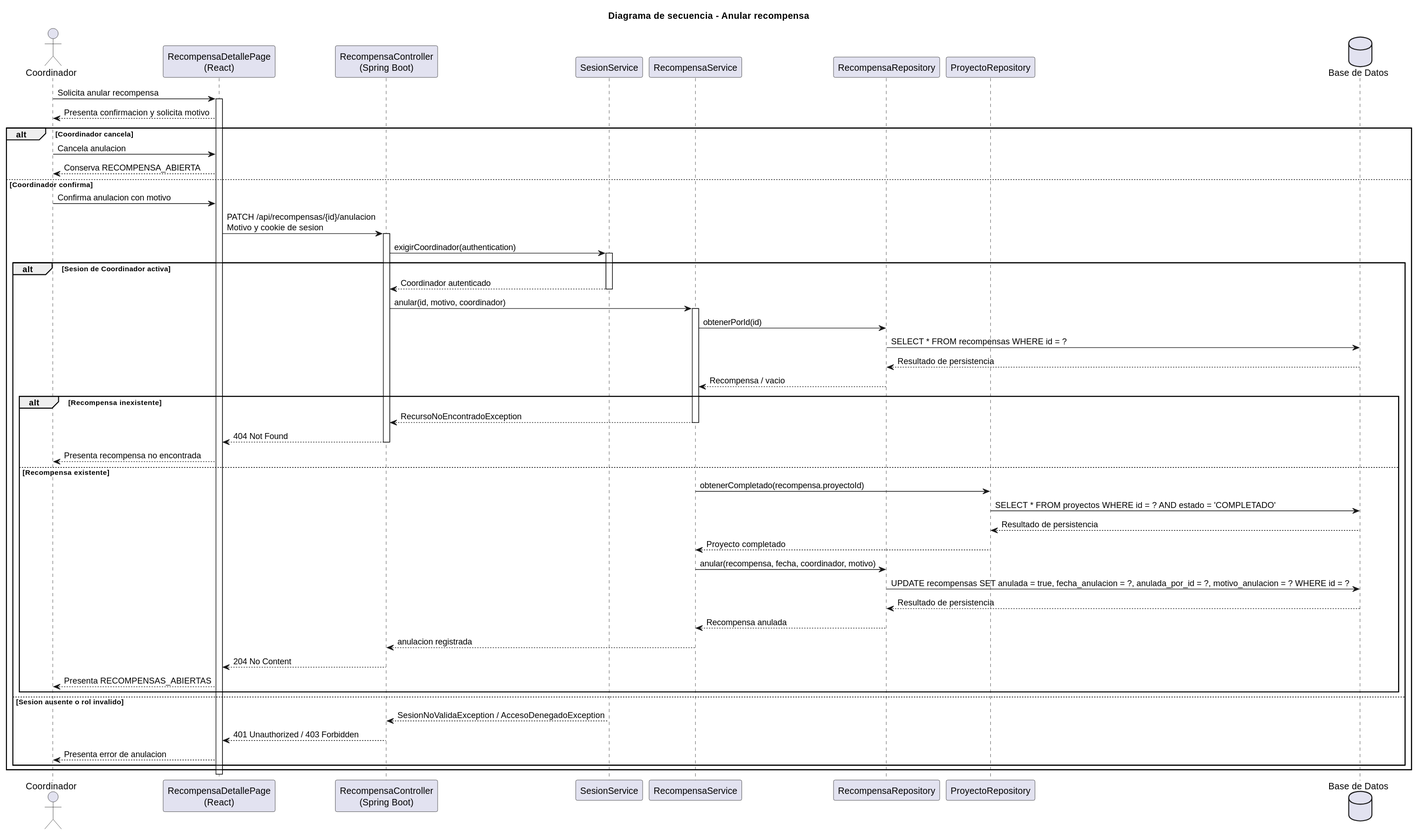
Above: images/RUP/02-diseño/casos-uso/coordinador/eliminarRecompensa/secuencia.svg in beatriizorozco/25-26-idsw2-sdVC (PlantUML), before the change.
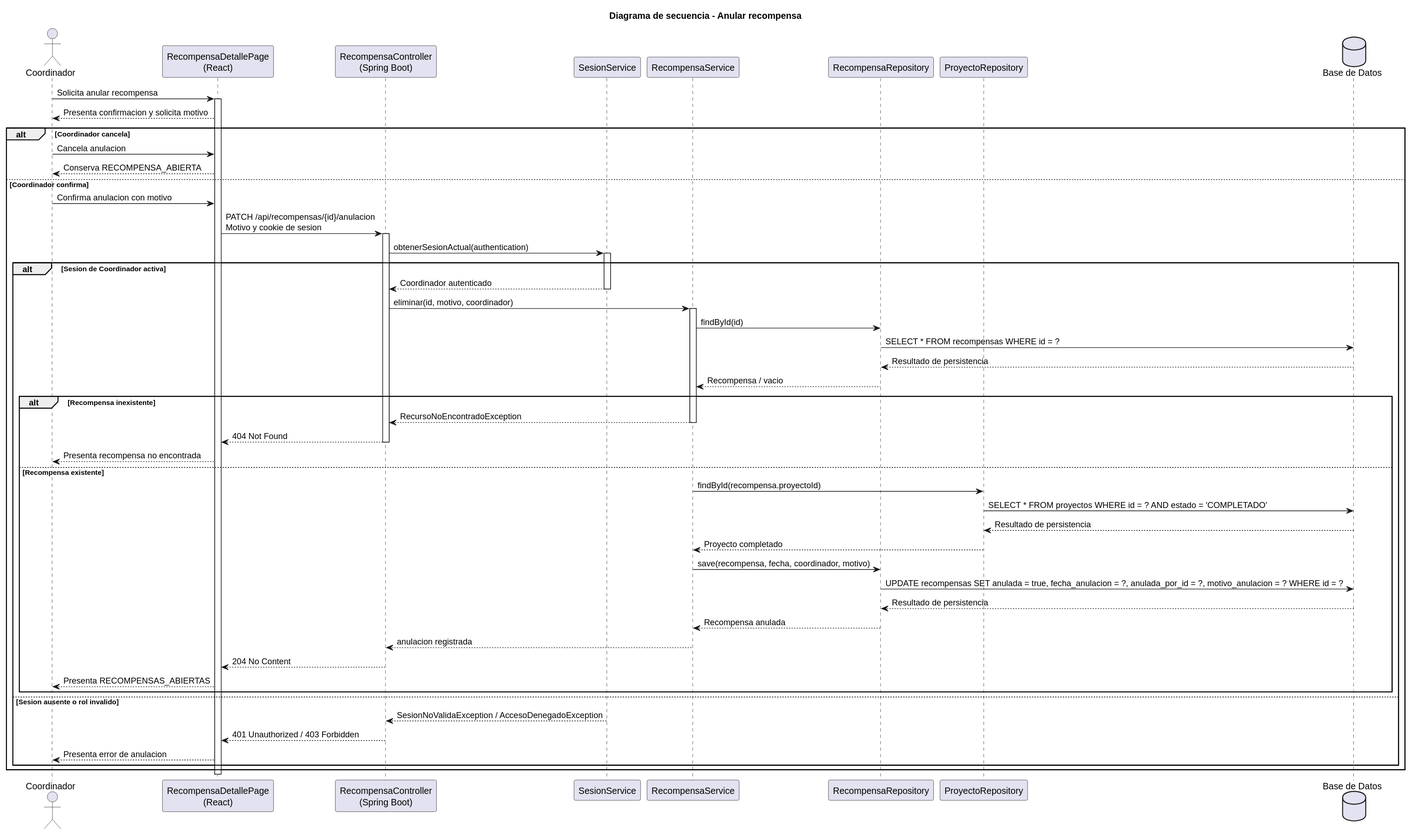
Later version of the same file.

The edit, as a diff of the source:
```diff
@@ -20,14 +20,14 @@
     Coordinador -> Frontend: Confirma anulacion con motivo
     Frontend -> Api: PATCH /api/recompensas/{id}/anulacion\nMotivo y cookie de sesion
     activate Api
-    Api -> Sesion: exigirCoordinador(authentication)
+    Api -> Sesion: obtenerSesionActual(authentication)
     activate Sesion
     alt Sesion de Coordinador activa
         Sesion --> Api: Coordinador autenticado
         deactivate Sesion
-        Api -> Service: anular(id, motivo, coordinador)
+        Api -> Service: eliminar(id, motivo, coordinador)
         activate Service
-        Service -> Repo: obtenerPorId(id)
+        Service -> Repo: findById(id)
         Repo -> DB: SELECT * FROM recompensas WHERE id = ?
         DB --> Repo: Resultado de persistencia
         Repo --> Service: Recompensa / vacio
@@ -38,11 +38,11 @@
             deactivate Api
             Frontend --> Coordinador: Presenta recompensa no encontrada
         else Recompensa existente
-            Service -> ProyectoRepo: obtenerCompletado(recompensa.proyectoId)
+            Service -> ProyectoRepo: findById(recompensa.proyectoId)
             ProyectoRepo -> DB: SELECT * FROM proyectos WHERE id = ? AND estado = 'COMPLETADO'
             DB --> ProyectoRepo: Resultado de persistencia
             ProyectoRepo --> Service: Proyecto completado
-            Service -> Repo: anular(recompensa, fecha, coordinador, motivo)
+            Service -> Repo: save(recompensa, fecha, coordinador, motivo)
             Repo -> DB: UPDATE recompensas SET anulada = true, fecha_anulacion = ?, anulada_por_id = ?, motivo_anulacion = ? WHERE id = ?
             DB --> Repo: Resultado de persistencia
             Repo --> Service: Recompensa anulada
```
